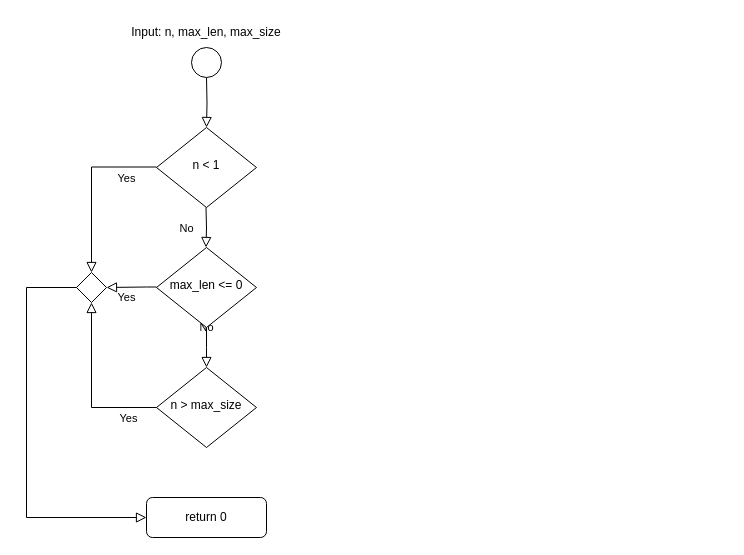
This is CollatzRec.drawio from RasmusKB/Flowcharts, a draw.io file, before an edit. Source tidied: cells renumbered, new cells numbered last; positions are measured from the earlier drawing's top-left corner, leaving out a move shared by most shapes. Both pictures are drawn from the tidied source at 100%, with x=0, y=0 at pixel (26, 17).
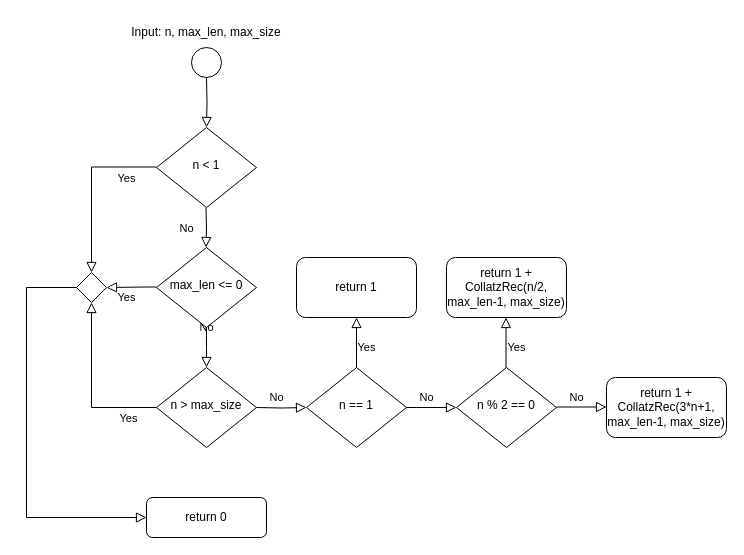
After the change.

What changed in the source:
```diff
@@
+    <mxCell id="16" value="No" style="rounded=0;html=1;jettySize=auto;fontSize=11;endArrow=block;endFill=0;endSize=8;strokeWidth=1;shadow=0;labelBackgroundColor=none;edgeStyle=orthogonalEdgeStyle;entryX=0;entryY=0.5;entryDx=0;entryDy=0;" parent="1" edge="1" target="17">
+      <mxGeometry x="-0.2" y="10" relative="1" as="geometry">
+        <mxPoint x="230" y="390" as="sourcePoint" />
+      </mxGeometry>
+    </mxCell>
+    <mxCell id="17" value="n == 1" style="rhombus;whiteSpace=wrap;html=1;shadow=0;fontFamily=Helvetica;fontSize=12;align=center;strokeWidth=1;spacing=6;spacingTop=-4;" parent="1" vertex="1">
+      <mxGeometry x="280" y="350" width="100" height="80" as="geometry" />
+    </mxCell>
+    <mxCell id="18" value="No" style="rounded=0;html=1;jettySize=auto;orthogonalLoop=1;fontSize=11;endArrow=block;endFill=0;endSize=8;strokeWidth=1;shadow=0;labelBackgroundColor=none;edgeStyle=orthogonalEdgeStyle;" parent="1" edge="1">
+      <mxGeometry x="-0.2" y="10" relative="1" as="geometry">
+        <mxPoint x="380" y="390" as="sourcePoint" />
+        <mxPoint x="430" y="390" as="targetPoint" />
+      </mxGeometry>
+    </mxCell>
+    <mxCell id="19" value="return 1" style="rounded=1;whiteSpace=wrap;html=1;" parent="1" vertex="1">
+      <mxGeometry x="270" y="240" width="120" height="60" as="geometry" />
+    </mxCell>
+    <mxCell id="20" value="Yes" style="edgeStyle=orthogonalEdgeStyle;rounded=0;html=1;jettySize=auto;fontSize=11;endArrow=block;endFill=0;endSize=8;strokeWidth=1;shadow=0;labelBackgroundColor=none;entryX=0.5;entryY=1;entryDx=0;entryDy=0;" parent="1" edge="1" target="19">
+      <mxGeometry x="-0.2" y="-10" relative="1" as="geometry">
+        <mxPoint x="330" y="350" as="sourcePoint" />
+        <Array as="points">
+          <mxPoint x="330" y="310" />
+          <mxPoint x="330" y="310" />
+        </Array>
+      </mxGeometry>
+    </mxCell>
+    <mxCell id="21" value="n % 2 == 0" style="rhombus;whiteSpace=wrap;html=1;shadow=0;fontFamily=Helvetica;fontSize=12;align=center;strokeWidth=1;spacing=6;spacingTop=-4;" parent="1" vertex="1">
+      <mxGeometry x="430" y="350" width="100" height="80" as="geometry" />
+    </mxCell>
+    <mxCell id="22" value="Yes" style="edgeStyle=orthogonalEdgeStyle;rounded=0;html=1;jettySize=auto;orthogonalLoop=1;fontSize=11;endArrow=block;endFill=0;endSize=8;strokeWidth=1;shadow=0;labelBackgroundColor=none;entryX=0.5;entryY=1;entryDx=0;entryDy=0;" parent="1" edge="1">
+      <mxGeometry x="-0.2" y="-10" relative="1" as="geometry">
+        <mxPoint x="479.5" y="350" as="sourcePoint" />
+        <mxPoint x="479.5" y="300" as="targetPoint" />
+        <Array as="points">
+          <mxPoint x="479.5" y="310" />
+          <mxPoint x="479.5" y="310" />
+        </Array>
+      </mxGeometry>
+    </mxCell>
+    <mxCell id="23" value="return 1 + CollatzRec(n/2, max_len-1, max_size)" style="rounded=1;whiteSpace=wrap;html=1;" parent="1" vertex="1">
+      <mxGeometry x="420" y="240" width="120" height="60" as="geometry" />
+    </mxCell>
+    <mxCell id="24" value="No" style="rounded=0;html=1;jettySize=auto;orthogonalLoop=1;fontSize=11;endArrow=block;endFill=0;endSize=8;strokeWidth=1;shadow=0;labelBackgroundColor=none;edgeStyle=orthogonalEdgeStyle;" parent="1" edge="1">
+      <mxGeometry x="-0.2" y="10" relative="1" as="geometry">
+        <mxPoint x="530" y="389.5" as="sourcePoint" />
+        <mxPoint x="580" y="389.5" as="targetPoint" />
+      </mxGeometry>
+    </mxCell>
+    <mxCell id="25" value="return 1 + CollatzRec(3*n+1, max_len-1, max_size)" style="rounded=1;whiteSpace=wrap;html=1;" parent="1" vertex="1">
+      <mxGeometry x="580" y="360" width="120" height="60" as="geometry" />
+    </mxCell>
```
